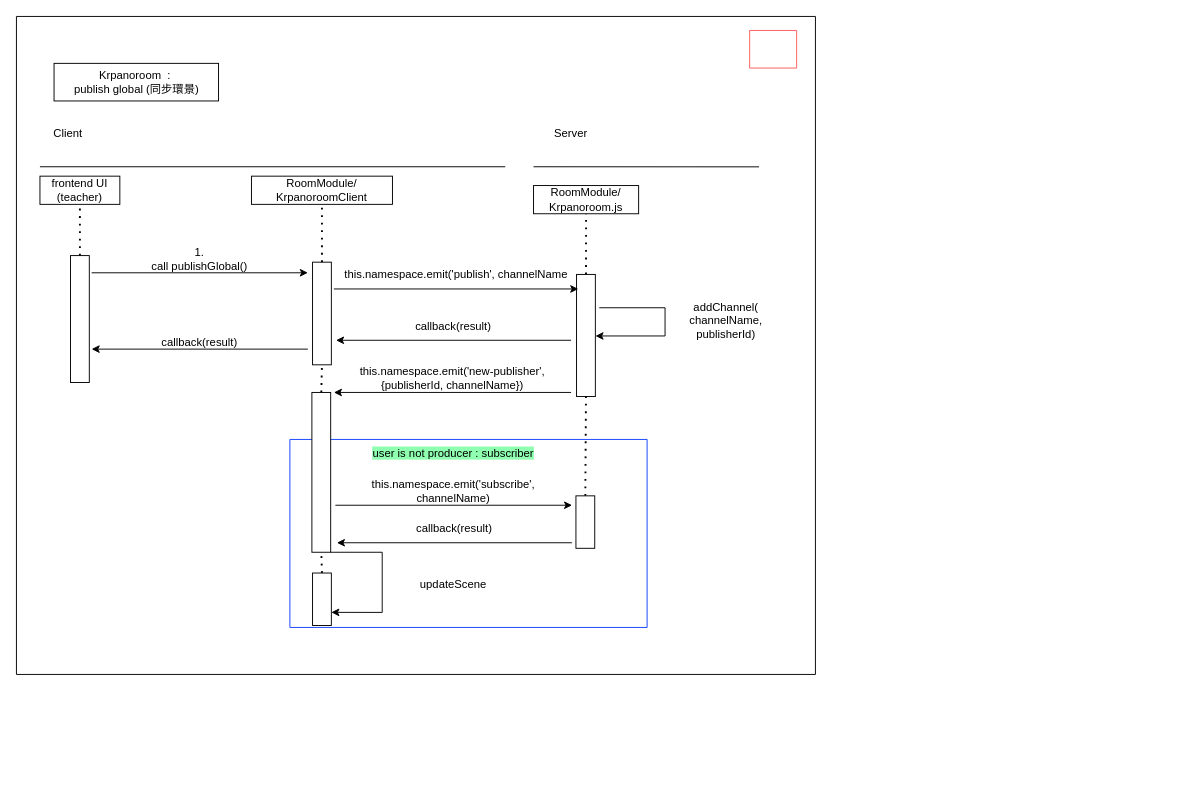
Earlier version of the draw.io diagram classroom-ultra-uml/sequence-diagram/Krpanoroom-AddAnchor.drawio (doremi31618/Assets). Source tidied: cells renumbered, new cells numbered last; positions are measured from the earlier drawing's top-left corner, leaving out a move shared by most shapes. Both pictures are drawn from the tidied source at 94%, with x=0, y=0 at pixel (16, 16).
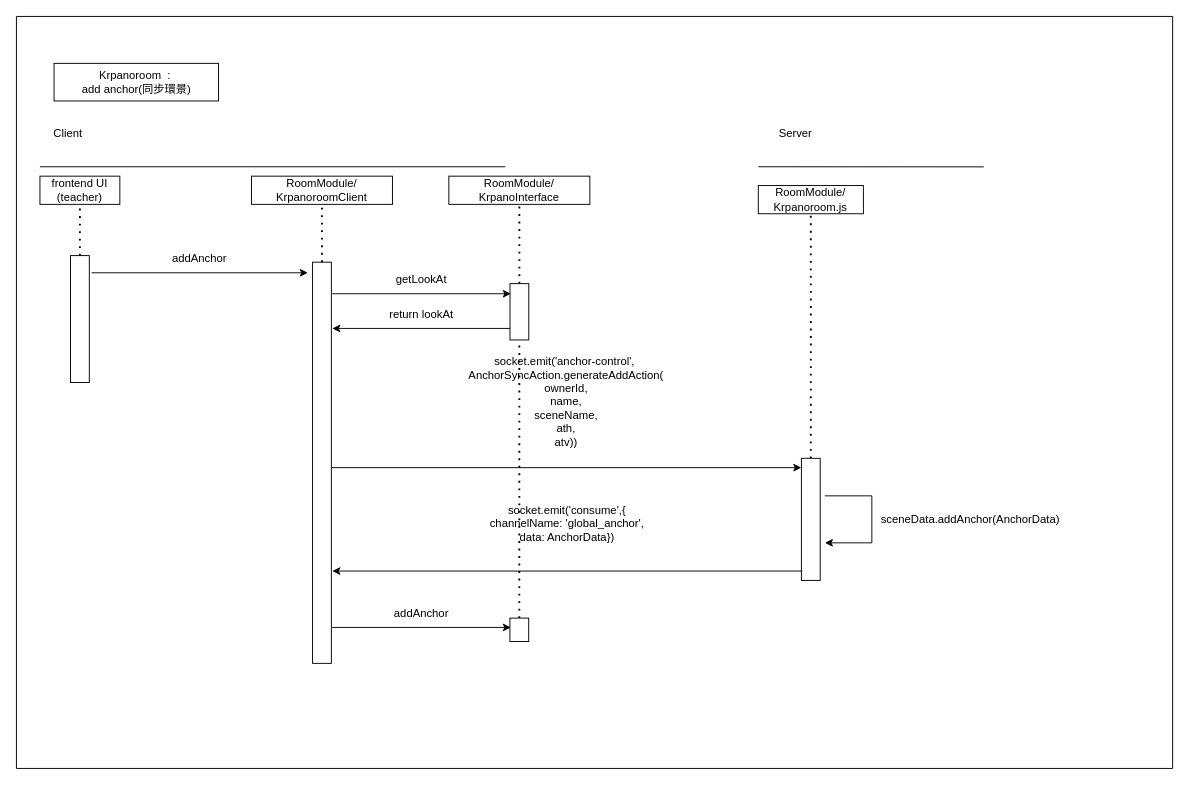
Above is the later version.

The edit, as a diff of the source:
```diff
@@
     <mxCell id="2" style="swimlane;startSize=0;fillColor=#FF5959;" parent="1" vertex="1">
-      <mxGeometry width="850" height="700" as="geometry" />
+      <mxGeometry width="1230" height="800" as="geometry" />
     </mxCell>
@@
     <mxCell id="6" style="endArrow=none;html=1;rounded=0;" parent="2" edge="1">
       <mxGeometry relative="1" as="geometry">
-        <mxPoint x="550.1" y="159.9" as="sourcePoint" />
-        <mxPoint x="790" y="160" as="targetPoint" />
+        <mxPoint x="789.2" y="159.9" as="sourcePoint" />
+        <mxPoint x="1029.1" y="160" as="targetPoint" />
       </mxGeometry>
     </mxCell>
@@
     <mxCell id="8" value="Server" style="text;strokeColor=none;align=center;fillColor=none;html=1;verticalAlign=middle;whiteSpace=wrap;rounded=0;" parent="2" vertex="1">
-      <mxGeometry x="560" y="109.9" width="60" height="30" as="geometry" />
+      <mxGeometry x="799.1" y="109.9" width="60" height="30" as="geometry" />
     </mxCell>
-    <mxCell id="9" value="Krpanoroom&amp;nbsp; :&amp;nbsp;&lt;br&gt;publish global (同步環景)" style="text;strokeColor=none;align=center;fillColor=none;html=1;verticalAlign=middle;whiteSpace=wrap;rounded=0;" parent="2" vertex="1">
+    <mxCell id="9" value="Krpanoroom&amp;nbsp; :&amp;nbsp;&lt;br&gt;add anchor(同步環景)" style="text;strokeColor=none;align=center;fillColor=none;html=1;verticalAlign=middle;whiteSpace=wrap;rounded=0;" parent="2" vertex="1">
       <mxGeometry x="52.5" y="54.9" width="150" height="30" as="geometry" />
     </mxCell>
@@
     <mxCell id="11" style="rounded=0;whiteSpace=wrap;html=1;rotation=90;" parent="2" vertex="1">
-      <mxGeometry x="270.4" y="306" width="109.2" height="20" as="geometry" />
+      <mxGeometry x="111.6" y="464.8" width="426.8" height="20" as="geometry" />
     </mxCell>
@@
     <mxCell id="13" style="rounded=0;whiteSpace=wrap;html=1;rotation=90;spacing=4;" parent="2" vertex="1">
-      <mxGeometry x="540.9" y="329.4" width="129.9" height="20" as="geometry" />
+      <mxGeometry x="780.1" y="525" width="129.9" height="20" as="geometry" />
     </mxCell>
@@
-    <mxCell id="15" value="1. &lt;br&gt;call publishGlobal()" style="text;strokeColor=none;align=center;fillColor=none;html=1;verticalAlign=middle;whiteSpace=wrap;rounded=0;" parent="2" vertex="1">
+    <mxCell id="15" value="addAnchor" style="text;strokeColor=none;align=center;fillColor=none;html=1;verticalAlign=middle;whiteSpace=wrap;rounded=0;" parent="2" vertex="1">
       <mxGeometry x="80" y="242.7" width="230" height="30" as="geometry" />
     </mxCell>
@@
-    <mxCell id="19" style="endArrow=classic;html=1;rounded=0;exitX=0;exitY=1;exitDx=0;exitDy=0;entryX=1;entryY=1;entryDx=0;entryDy=0;" parent="2" edge="1" source="20" target="20">
-      <mxGeometry relative="1" as="geometry" />
-    </mxCell>
-    <mxCell id="20" value="this.namespace.emit('publish', channelName" style="text;strokeColor=none;align=center;fillColor=none;html=1;verticalAlign=middle;whiteSpace=wrap;rounded=0;" parent="2" vertex="1">
-      <mxGeometry x="337.7" y="259.9" width="260" height="30" as="geometry" />
-    </mxCell>
-    <mxCell id="21" style="endArrow=classic;html=1;rounded=0;" parent="2" edge="1">
-      <mxGeometry relative="1" as="geometry">
-        <mxPoint x="620" y="309.9" as="sourcePoint" />
-        <mxPoint x="616" y="339.9" as="targetPoint" />
-        <Array as="points">
-          <mxPoint x="690" y="309.9" />
-          <mxPoint x="690" y="339.9" />
-        </Array>
-      </mxGeometry>
-    </mxCell>
-    <mxCell id="22" value="addChannel(&lt;br&gt;channelName, &lt;br&gt;publisherId)" style="text;strokeColor=none;align=center;fillColor=none;html=1;verticalAlign=middle;whiteSpace=wrap;rounded=0;" parent="2" vertex="1">
-      <mxGeometry x="700" y="295" width="110" height="58.8" as="geometry" />
-    </mxCell>
-    <mxCell id="23" style="endArrow=classic;html=1;rounded=0;exitX=1;exitY=1;exitDx=0;exitDy=0;entryX=0;entryY=1;entryDx=0;entryDy=0;" parent="2" edge="1" source="24" target="24">
-      <mxGeometry relative="1" as="geometry" />
-    </mxCell>
-    <mxCell id="24" value="this.namespace.emit('new-publisher', {publisherId, channelName})" style="text;strokeColor=none;align=center;fillColor=none;html=1;verticalAlign=middle;whiteSpace=wrap;rounded=0;" parent="2" vertex="1">
-      <mxGeometry x="337.7" y="370" width="252.3" height="30" as="geometry" />
-    </mxCell>
-    <mxCell id="25" value="&lt;br&gt;callback(result)" style="text;strokeColor=none;align=center;fillColor=none;html=1;verticalAlign=middle;whiteSpace=wrap;rounded=0;" parent="2" vertex="1">
-      <mxGeometry x="80" y="323.9" width="230" height="30" as="geometry" />
-    </mxCell>
-    <mxCell id="26" style="endArrow=classic;html=1;rounded=0;exitX=1;exitY=1;exitDx=0;exitDy=0;entryX=0;entryY=1;entryDx=0;entryDy=0;" parent="2" edge="1" source="25" target="25">
-      <mxGeometry relative="1" as="geometry" />
-    </mxCell>
     <mxCell id="27" value="RoomModule/&lt;br&gt;Krpanoroom.js" style="rounded=0;whiteSpace=wrap;html=1;" parent="2" vertex="1">
-      <mxGeometry x="550.1" y="179.9" width="111.8" height="30" as="geometry" />
+      <mxGeometry x="789.2" y="179.9" width="111.8" height="30" as="geometry" />
     </mxCell>
-    <mxCell id="28" value="callback(result)" style="text;strokeColor=none;align=center;fillColor=none;html=1;verticalAlign=middle;whiteSpace=wrap;rounded=0;" parent="2" vertex="1">
-      <mxGeometry x="340" y="314.5" width="250" height="30" as="geometry" />
-    </mxCell>
-    <mxCell id="29" style="endArrow=classic;html=1;rounded=0;exitX=1;exitY=1;exitDx=0;exitDy=0;entryX=0;entryY=1;entryDx=0;entryDy=0;" parent="2" edge="1" source="28" target="28">
-      <mxGeometry relative="1" as="geometry" />
-    </mxCell>
-    <mxCell id="30" style="endArrow=none;dashed=1;html=1;dashPattern=1 3;strokeWidth=2;rounded=0;entryX=1;entryY=0.5;entryDx=0;entryDy=0;exitX=0;exitY=0.5;exitDx=0;exitDy=0;" parent="2" edge="1" source="34" target="13">
-      <mxGeometry relative="1" as="geometry" />
-    </mxCell>
-    <mxCell id="31" style="endArrow=none;dashed=1;html=1;dashPattern=1 3;strokeWidth=2;rounded=0;entryX=1;entryY=0.5;entryDx=0;entryDy=0;exitX=0.5;exitY=0;exitDx=0;exitDy=0;" parent="2" edge="1" source="39" target="11">
-      <mxGeometry relative="1" as="geometry" />
-    </mxCell>
-    <mxCell id="32" style="swimlane;startSize=0;fillColor=#8FFFB0;strokeColor=#0F3FFF;" parent="2" vertex="1">
-      <mxGeometry x="290.9" y="450" width="380" height="200" as="geometry" />
-    </mxCell>
-    <mxCell id="33" value="&lt;span style=&quot;background-color: rgb(143, 255, 176);&quot;&gt;user is not producer : subscriber&lt;/span&gt;" style="text;strokeColor=none;align=center;fillColor=none;html=1;verticalAlign=middle;whiteSpace=wrap;rounded=0;" parent="32" vertex="1">
-      <mxGeometry x="54.3" width="240" height="30" as="geometry" />
-    </mxCell>
-    <mxCell id="34" style="rounded=0;whiteSpace=wrap;html=1;rotation=90;spacing=4;" parent="32" vertex="1">
-      <mxGeometry x="286.4" y="77.9" width="55.8" height="20" as="geometry" />
-    </mxCell>
-    <mxCell id="35" value="this.namespace.emit('subscribe', channelName)" style="text;strokeColor=none;align=center;fillColor=none;html=1;verticalAlign=middle;whiteSpace=wrap;rounded=0;" parent="32" vertex="1">
-      <mxGeometry x="48.4" y="40" width="251.8" height="30" as="geometry" />
-    </mxCell>
-    <mxCell id="36" style="endArrow=classic;html=1;rounded=0;exitX=0;exitY=1;exitDx=0;exitDy=0;entryX=1;entryY=1;entryDx=0;entryDy=0;" parent="32" edge="1" source="35" target="35">
-      <mxGeometry relative="1" as="geometry" />
-    </mxCell>
-    <mxCell id="37" value="callback(result)" style="text;strokeColor=none;align=center;fillColor=none;html=1;verticalAlign=middle;whiteSpace=wrap;rounded=0;" parent="32" vertex="1">
-      <mxGeometry x="50" y="79.9" width="250" height="30" as="geometry" />
-    </mxCell>
-    <mxCell id="38" style="endArrow=classic;html=1;rounded=0;exitX=1;exitY=1;exitDx=0;exitDy=0;entryX=0;entryY=1;entryDx=0;entryDy=0;" parent="32" edge="1" source="37" target="37">
-      <mxGeometry relative="1" as="geometry" />
-    </mxCell>
-    <mxCell id="39" style="rounded=0;whiteSpace=wrap;html=1;" parent="32" vertex="1">
-      <mxGeometry x="23.4" y="-50" width="20" height="170" as="geometry" />
-    </mxCell>
-    <mxCell id="40" style="rounded=0;whiteSpace=wrap;html=1;rotation=90;spacing=4;" parent="32" vertex="1">
-      <mxGeometry x="6.2" y="160" width="55.8" height="20" as="geometry" />
-    </mxCell>
-    <mxCell id="41" style="endArrow=classic;html=1;rounded=0;exitX=1;exitY=1;exitDx=0;exitDy=0;entryX=0.75;entryY=0;entryDx=0;entryDy=0;" parent="32" edge="1" source="39" target="40">
-      <mxGeometry relative="1" as="geometry">
-        <Array as="points">
-          <mxPoint x="98.2" y="120" />
-          <mxPoint x="98.2" y="184" />
-        </Array>
-      </mxGeometry>
-    </mxCell>
-    <mxCell id="42" value="updateScene" style="text;strokeColor=none;align=center;fillColor=none;html=1;verticalAlign=middle;whiteSpace=wrap;rounded=0;" parent="32" vertex="1">
-      <mxGeometry x="124.2" y="140" width="100.1" height="30" as="geometry" />
-    </mxCell>
-    <mxCell id="43" style="endArrow=none;dashed=1;html=1;dashPattern=1 3;strokeWidth=2;rounded=0;entryX=0.5;entryY=1;entryDx=0;entryDy=0;exitX=0;exitY=0.5;exitDx=0;exitDy=0;" parent="32" edge="1" source="40" target="39">
-      <mxGeometry relative="1" as="geometry" />
-    </mxCell>
-    <mxCell id="44" style="swimlane;startSize=0;labelBackgroundColor=#F9FF42;rounded=0;shadow=0;glass=0;fillColor=#fad9d5;strokeColor=#FF5959;fillStyle=auto;" parent="2" vertex="1" collapsed="1">
-      <mxGeometry x="780" y="14.9" width="50" height="40" as="geometry" />
-    </mxCell>
+    <mxCell id="45" value="RoomModule/&lt;br&gt;KrpanoInterface" style="rounded=0;whiteSpace=wrap;html=1;" parent="2" vertex="1">
+      <mxGeometry x="460" y="169.9" width="150" height="30" as="geometry" />
+    </mxCell>
+    <mxCell id="46" style="endArrow=classic;html=1;rounded=0;exitX=0;exitY=1;exitDx=0;exitDy=0;entryX=1;entryY=1;entryDx=0;entryDy=0;" parent="2" edge="1" source="47" target="47">
+      <mxGeometry relative="1" as="geometry" />
+    </mxCell>
+    <mxCell id="47" value="getLookAt" style="text;strokeColor=none;align=center;fillColor=none;html=1;verticalAlign=middle;whiteSpace=wrap;rounded=0;" parent="2" vertex="1">
+      <mxGeometry x="336" y="265" width="190" height="30" as="geometry" />
+    </mxCell>
+    <mxCell id="48" value="return lookAt" style="text;strokeColor=none;align=center;fillColor=none;html=1;verticalAlign=middle;whiteSpace=wrap;rounded=0;" parent="2" vertex="1">
+      <mxGeometry x="336" y="301.9" width="190" height="30" as="geometry" />
+    </mxCell>
+    <mxCell id="49" style="endArrow=classic;html=1;rounded=0;exitX=1;exitY=1;exitDx=0;exitDy=0;entryX=0;entryY=1;entryDx=0;entryDy=0;" parent="2" edge="1" source="48" target="48">
+      <mxGeometry relative="1" as="geometry" />
+    </mxCell>
+    <mxCell id="50" value="socket.emit('anchor-control',&amp;nbsp;&lt;br&gt;AnchorSyncAction.generateAddAction(&lt;br&gt;ownerId,&lt;br&gt;name,&lt;br&gt;sceneName,&lt;br&gt;ath,&lt;br&gt;atv))" style="text;strokeColor=none;align=center;fillColor=none;html=1;verticalAlign=middle;whiteSpace=wrap;rounded=0;" parent="2" vertex="1">
+      <mxGeometry x="335" y="340" width="500" height="140" as="geometry" />
+    </mxCell>
+    <mxCell id="51" style="endArrow=classic;html=1;rounded=0;exitX=0;exitY=1;exitDx=0;exitDy=0;entryX=1;entryY=1;entryDx=0;entryDy=0;" parent="2" edge="1" source="50" target="50">
+      <mxGeometry relative="1" as="geometry" />
+    </mxCell>
+    <mxCell id="52" value="socket.emit('consume',{&lt;br&gt;channelName: 'global_anchor',&lt;br&gt;data: AnchorData})" style="text;strokeColor=none;align=center;fillColor=none;html=1;verticalAlign=middle;whiteSpace=wrap;rounded=0;" parent="2" vertex="1">
+      <mxGeometry x="336" y="490" width="500" height="100" as="geometry" />
+    </mxCell>
+    <mxCell id="53" style="endArrow=classic;html=1;rounded=0;exitX=1;exitY=1;exitDx=0;exitDy=0;entryX=0;entryY=1;entryDx=0;entryDy=0;" parent="2" edge="1" source="52" target="52">
+      <mxGeometry relative="1" as="geometry" />
+    </mxCell>
+    <mxCell id="54" value="&amp;nbsp; &amp;nbsp; &amp;nbsp; &amp;nbsp; &amp;nbsp;sceneData.addAnchor(AnchorData)" style="text;strokeColor=none;align=center;fillColor=none;html=1;verticalAlign=middle;whiteSpace=wrap;rounded=0;" parent="2" vertex="1">
+      <mxGeometry x="860" y="510" width="280" height="50" as="geometry" />
+    </mxCell>
+    <mxCell id="55" style="endArrow=classic;html=1;rounded=0;exitX=0;exitY=0;exitDx=0;exitDy=0;entryX=0;entryY=1;entryDx=0;entryDy=0;" parent="2" edge="1" source="54" target="54">
+      <mxGeometry relative="1" as="geometry">
+        <Array as="points">
+          <mxPoint x="910" y="510" />
+          <mxPoint x="910" y="560" />
+        </Array>
+      </mxGeometry>
+    </mxCell>
+    <mxCell id="56" style="rounded=0;whiteSpace=wrap;html=1;rotation=90;" parent="2" vertex="1">
+      <mxGeometry x="522.5" y="642.5" width="24.9" height="20" as="geometry" />
+    </mxCell>
+    <mxCell id="57" value="addAnchor" style="text;strokeColor=none;align=center;fillColor=none;html=1;verticalAlign=middle;whiteSpace=wrap;rounded=0;" parent="2" vertex="1">
+      <mxGeometry x="336" y="620" width="190" height="30" as="geometry" />
+    </mxCell>
+    <mxCell id="58" style="endArrow=classic;html=1;rounded=0;exitX=0;exitY=1;exitDx=0;exitDy=0;entryX=1;entryY=1;entryDx=0;entryDy=0;" parent="2" edge="1" source="57" target="57">
+      <mxGeometry relative="1" as="geometry" />
+    </mxCell>
+    <mxCell id="59" style="endArrow=none;dashed=1;html=1;dashPattern=1 3;strokeWidth=2;rounded=0;entryX=0.5;entryY=1;entryDx=0;entryDy=0;exitX=0;exitY=0.5;exitDx=0;exitDy=0;" parent="2" edge="1" source="61" target="45">
+      <mxGeometry relative="1" as="geometry" />
+    </mxCell>
+    <mxCell id="60" style="endArrow=none;dashed=1;html=1;dashPattern=1 3;strokeWidth=2;rounded=0;exitX=0;exitY=0.5;exitDx=0;exitDy=0;" parent="2" edge="1" source="56">
+      <mxGeometry relative="1" as="geometry">
+        <mxPoint x="535" y="340" as="targetPoint" />
+      </mxGeometry>
+    </mxCell>
+    <mxCell id="61" style="rounded=0;whiteSpace=wrap;html=1;rotation=90;" parent="2" vertex="1">
+      <mxGeometry x="505.1" y="304.2" width="59.9" height="20" as="geometry" />
+    </mxCell>
```
